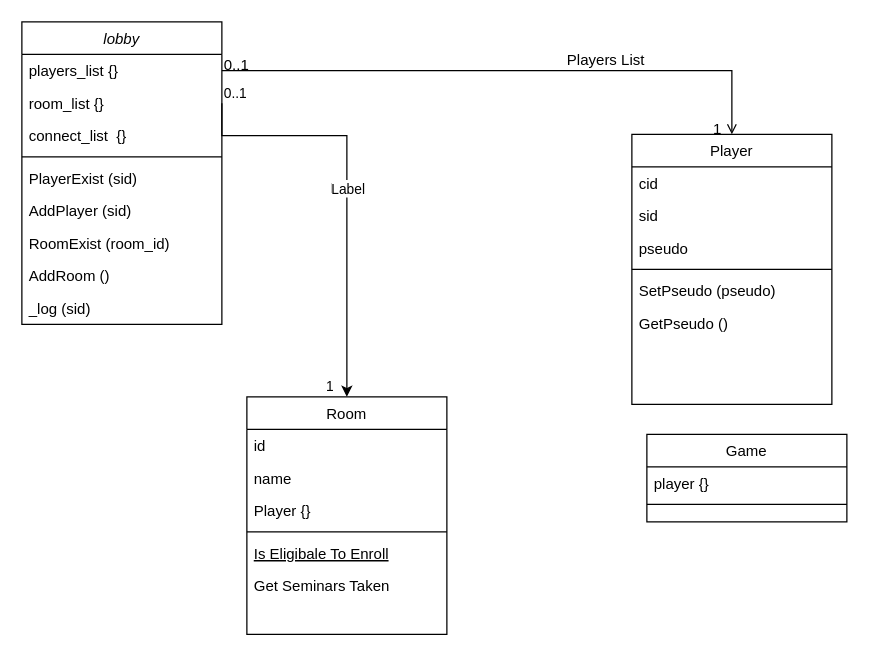
This is Diagram Class.drawio from Davonex/Century, a draw.io file, before an edit. Source tidied: cells renumbered, new cells numbered last; positions are measured from the earlier drawing's top-left corner, leaving out a move shared by most shapes. Both pictures are drawn from the tidied source at 125%, with x=0, y=0 at pixel (21, 21).
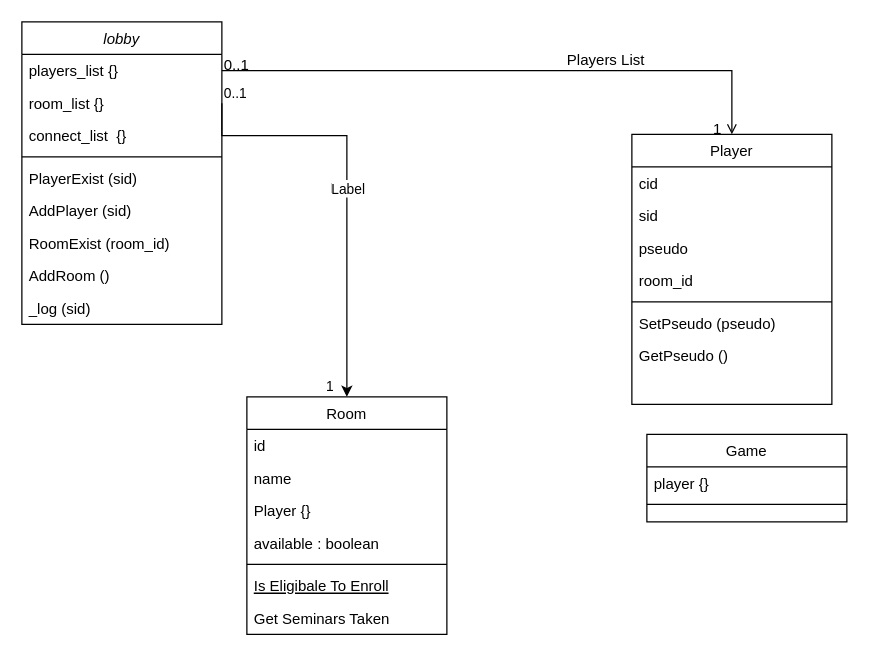
Above is the later version.

The change refers to these unchanged cells:
```xml
<mxCell id="12" value="Room" style="swimlane;fontStyle=0;align=center;verticalAlign=top;horizontal=1;startSize=26;rounded=0;shadow=0;strokeWidth=1;" parent="1" vertex="1">
  <mxGeometry x="180" y="300" width="160" height="190" as="geometry" />
</mxCell>
<mxCell id="22" value="Player" style="swimlane;fontStyle=0;align=center;verticalAlign=top;horizontal=1;startSize=26;rounded=0;shadow=0;strokeWidth=1;" parent="1" vertex="1">
  <mxGeometry x="488" y="90" width="160" height="216" as="geometry" />
</mxCell>
```

What changed in the source:
```diff
@@
+    <mxCell id="37" value="available : boolean" style="text;align=left;verticalAlign=top;spacingLeft=4;spacingRight=4;overflow=hidden;" parent="12" vertex="1">
+      <mxGeometry y="104" width="160" height="26" as="geometry" />
+    </mxCell>
     <mxCell id="16" style="line;html=1;strokeWidth=1;align=left;verticalAlign=middle;spacingTop=-1;spacingLeft=3;spacingRight=3;labelPosition=right;" parent="12" vertex="1">
-      <mxGeometry y="104" width="160" height="8" as="geometry" />
+      <mxGeometry y="130" width="160" height="8" as="geometry" />
     </mxCell>
     <mxCell id="17" value="Is Eligibale To Enroll" style="text;align=left;verticalAlign=top;spacingLeft=4;spacingRight=4;overflow=hidden;fontStyle=4;" parent="12" vertex="1">
-      <mxGeometry y="112" width="160" height="26" as="geometry" />
+      <mxGeometry y="138" width="160" height="26" as="geometry" />
     </mxCell>
     <mxCell id="18" value="Get Seminars Taken" style="text;align=left;verticalAlign=top;spacingLeft=4;spacingRight=4;overflow=hidden;" parent="12" vertex="1">
-      <mxGeometry y="138" width="160" height="26" as="geometry" />
+      <mxGeometry y="164" width="160" height="26" as="geometry" />
     </mxCell>
@@
+    <mxCell id="38" value="room_id" style="text;align=left;verticalAlign=top;spacingLeft=4;spacingRight=4;overflow=hidden;rounded=0;shadow=0;html=0;" parent="22" vertex="1">
+      <mxGeometry y="104" width="160" height="26" as="geometry" />
+    </mxCell>
     <mxCell id="26" style="line;html=1;strokeWidth=1;align=left;verticalAlign=middle;spacingTop=-1;spacingLeft=3;spacingRight=3;labelPosition=right;" parent="22" vertex="1">
-      <mxGeometry y="104" width="160" height="8" as="geometry" />
+      <mxGeometry y="130" width="160" height="8" as="geometry" />
     </mxCell>
     <mxCell id="27" value="SetPseudo (pseudo)" style="text;align=left;verticalAlign=top;spacingLeft=4;spacingRight=4;overflow=hidden;" parent="22" vertex="1">
-      <mxGeometry y="112" width="160" height="26" as="geometry" />
+      <mxGeometry y="138" width="160" height="26" as="geometry" />
     </mxCell>
     <mxCell id="28" value="GetPseudo ()" style="text;align=left;verticalAlign=top;spacingLeft=4;spacingRight=4;overflow=hidden;" parent="22" vertex="1">
-      <mxGeometry y="138" width="160" height="26" as="geometry" />
+      <mxGeometry y="164" width="160" height="26" as="geometry" />
     </mxCell>
```
